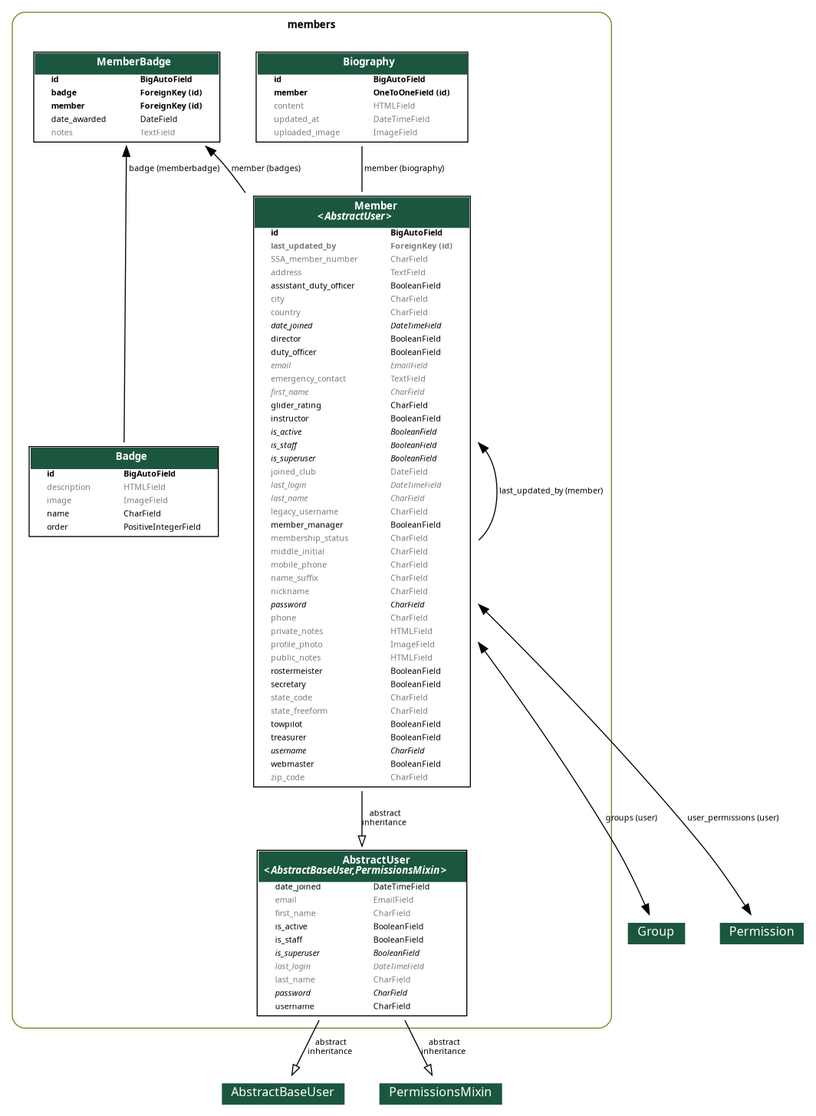
Above: members/docs/members.png in pietbarber/Manage2Soar (Graphviz), before the change. Its source is kept beside it as members/docs/members.dot.
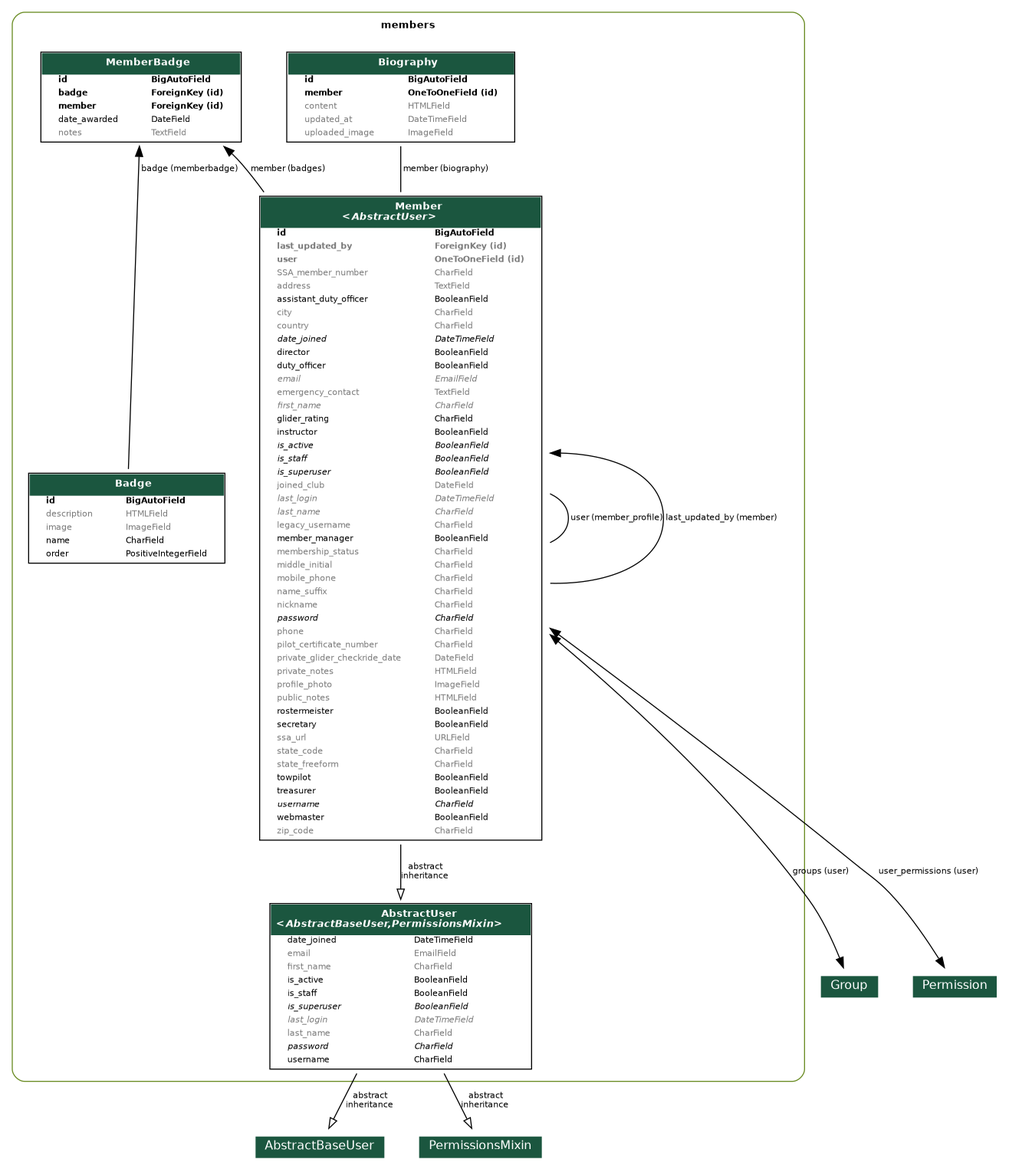
The same file after the commit.

Change to the diagram source:
```diff
@@ -190,6 +190,14 @@
       <FONT COLOR="#7B7B7B" FACE="Roboto"><B>last_updated_by</B></FONT>
       </TD><TD ALIGN="LEFT">
       <FONT COLOR="#7B7B7B" FACE="Roboto"><B>ForeignKey (id)</B></FONT>
+      </TD></TR>
+
+
+
+      <TR><TD ALIGN="LEFT" BORDER="0">
+      <FONT COLOR="#7B7B7B" FACE="Roboto"><B>user</B></FONT>
+      </TD><TD ALIGN="LEFT">
+      <FONT COLOR="#7B7B7B" FACE="Roboto"><B>OneToOneField (id)</B></FONT>
       </TD></TR>
 
 
@@ -419,6 +427,22 @@
 
 
       <TR><TD ALIGN="LEFT" BORDER="0">
+      <FONT COLOR="#7B7B7B" FACE="Roboto">pilot_certificate_number</FONT>
+      </TD><TD ALIGN="LEFT">
+      <FONT COLOR="#7B7B7B" FACE="Roboto">CharField</FONT>
+      </TD></TR>
+
+
+
+      <TR><TD ALIGN="LEFT" BORDER="0">
+      <FONT COLOR="#7B7B7B" FACE="Roboto">private_glider_checkride_date</FONT>
+      </TD><TD ALIGN="LEFT">
+      <FONT COLOR="#7B7B7B" FACE="Roboto">DateField</FONT>
+      </TD></TR>
+
+
+
+      <TR><TD ALIGN="LEFT" BORDER="0">
       <FONT COLOR="#7B7B7B" FACE="Roboto">private_notes</FONT>
       </TD><TD ALIGN="LEFT">
       <FONT COLOR="#7B7B7B" FACE="Roboto">HTMLField</FONT>
@@ -454,6 +478,14 @@
       <FONT FACE="Roboto">secretary</FONT>
       </TD><TD ALIGN="LEFT">
       <FONT FACE="Roboto">BooleanField</FONT>
+      </TD></TR>
+
+
+
+      <TR><TD ALIGN="LEFT" BORDER="0">
+      <FONT COLOR="#7B7B7B" FACE="Roboto">ssa_url</FONT>
+      </TD><TD ALIGN="LEFT">
+      <FONT COLOR="#7B7B7B" FACE="Roboto">URLField</FONT>
       </TD></TR>
 
 
@@ -642,6 +674,9 @@
   [label=" member (biography)"] [arrowhead=none, arrowtail=none, dir=both];
 
   members_models_Member -> members_models_Member
+  [label=" user (member_profile)"] [arrowhead=none, arrowtail=none, dir=both];
+
+  members_models_Member -> members_models_Member
   [label=" last_updated_by (member)"] [arrowhead=none, arrowtail=normal, dir=both];
   django_contrib_auth_models_Group [label=<
   <TABLE BGCOLOR="white" BORDER="0" CELLBORDER="0" CELLSPACING="0">
```
